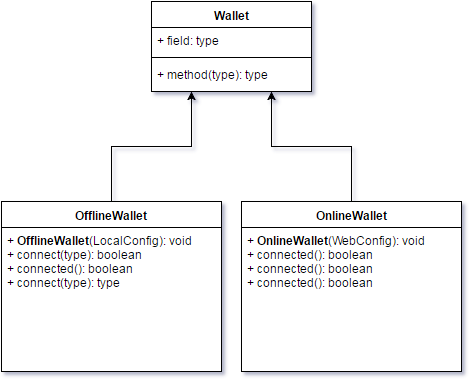
adrypunctro/vabudget keeps this draw.io diagram as vabudget-uml-scheme.png. Above is the earlier version. Source tidied: cells renumbered, new cells last; positions are measured from the earlier drawing's top-left corner, leaving out a move shared by most shapes.
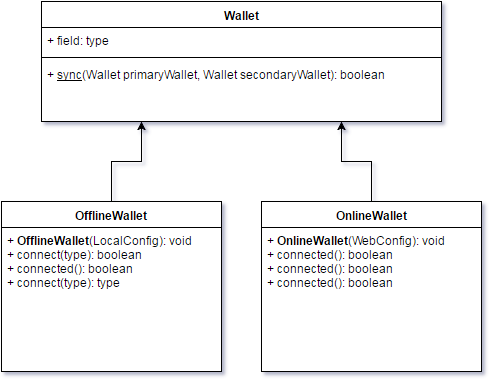
The same diagram one commit later.

Change to the diagram source:
```diff
@@ -3,49 +3,49 @@
     <mxCell id="0" />
     <mxCell id="1" parent="0" />
     <mxCell id="2" value="Wallet" style="swimlane;html=1;fontStyle=1;align=center;verticalAlign=top;horizontal=1;startSize=26;swimlaneFillColor=#ffffff;" parent="1" vertex="1">
-      <mxGeometry x="150" width="160" height="90" as="geometry" />
+      <mxGeometry x="150" width="400" height="120" as="geometry" />
     </mxCell>
     <mxCell id="3" value="+ field: type" style="text;html=1;strokeColor=none;fillColor=none;align=left;verticalAlign=top;spacingLeft=4;spacingRight=4;whiteSpace=wrap;overflow=hidden;" parent="2" vertex="1">
-      <mxGeometry y="26" width="160" height="26" as="geometry" />
+      <mxGeometry y="26" width="400" height="26" as="geometry" />
     </mxCell>
     <mxCell id="4" style="line;html=1;strokeWidth=1;fillColor=none;align=left;verticalAlign=middle;spacingTop=-1;spacingLeft=3;spacingRight=3;labelPosition=right;" parent="2" vertex="1">
-      <mxGeometry y="52" width="160" height="8" as="geometry" />
+      <mxGeometry y="52" width="400" height="8" as="geometry" />
     </mxCell>
-    <mxCell id="5" value="+ method(type): type" style="text;html=1;strokeColor=none;fillColor=none;align=left;verticalAlign=top;spacingLeft=4;spacingRight=4;whiteSpace=wrap;overflow=hidden;" parent="2" vertex="1">
-      <mxGeometry y="60" width="160" height="26" as="geometry" />
+    <mxCell id="5" value="+ &lt;u&gt;sync&lt;/u&gt;(Wallet primaryWallet, Wallet secondaryWallet): boolean" style="text;html=1;strokeColor=none;fillColor=none;align=left;verticalAlign=top;spacingLeft=4;spacingRight=4;whiteSpace=wrap;overflow=hidden;" parent="2" vertex="1">
+      <mxGeometry y="60" width="400" height="60" as="geometry" />
     </mxCell>
     <mxCell id="6" value="+ field: type" style="text;html=1;strokeColor=none;fillColor=none;align=left;verticalAlign=top;spacingLeft=4;spacingRight=4;whiteSpace=wrap;overflow=hidden;" parent="1" vertex="1">
-      <mxGeometry x="150" y="26" width="160" height="26" as="geometry" />
+      <mxGeometry x="150" y="26" width="400" height="26" as="geometry" />
     </mxCell>
     <mxCell id="7" style="line;html=1;strokeWidth=1;fillColor=none;align=left;verticalAlign=middle;spacingTop=-1;spacingLeft=3;spacingRight=3;labelPosition=right;" parent="1" vertex="1">
-      <mxGeometry x="150" y="52" width="160" height="8" as="geometry" />
+      <mxGeometry x="150" y="52" width="400" height="8" as="geometry" />
     </mxCell>
-    <mxCell id="8" value="+ method(type): type" style="text;html=1;strokeColor=none;fillColor=none;align=left;verticalAlign=top;spacingLeft=4;spacingRight=4;whiteSpace=wrap;overflow=hidden;" parent="1" vertex="1">
-      <mxGeometry x="150" y="60" width="160" height="26" as="geometry" />
+    <mxCell id="8" value="+ &lt;u&gt;sync&lt;/u&gt;(Wallet primaryWallet, Wallet secondaryWallet): boolean" style="text;html=1;strokeColor=none;fillColor=none;align=left;verticalAlign=top;spacingLeft=4;spacingRight=4;whiteSpace=wrap;overflow=hidden;" parent="1" vertex="1">
+      <mxGeometry x="150" y="60" width="400" height="60" as="geometry" />
     </mxCell>
-    <mxCell id="9" style="edgeStyle=orthogonalEdgeStyle;rounded=0;html=1;exitX=0.5;exitY=0;entryX=0.25;entryY=1;jettySize=auto;" parent="1" edge="1" source="10" target="2">
-      <mxGeometry x="110" y="90" as="geometry" />
+    <mxCell id="9" value="OfflineWallet" style="swimlane;html=1;fontStyle=1;align=center;verticalAlign=top;horizontal=1;startSize=26;swimlaneFillColor=#ffffff;" parent="1" vertex="1">
+      <mxGeometry x="110" y="200" width="220" height="170" as="geometry" />
     </mxCell>
-    <mxCell id="10" value="OfflineWallet" style="swimlane;html=1;fontStyle=1;align=center;verticalAlign=top;horizontal=1;startSize=26;swimlaneFillColor=#ffffff;" parent="1" vertex="1">
-      <mxGeometry y="200" width="220" height="170" as="geometry" />
+    <mxCell id="10" value="+ &lt;b&gt;OfflineWallet&lt;/b&gt;(LocalConfig): void&lt;div&gt;+ connect(type): boolean&lt;br&gt;&lt;/div&gt;&lt;div&gt;+ connected(): boolean&lt;br&gt;&lt;/div&gt;&lt;div&gt;+ connect(type): type&lt;br&gt;&lt;/div&gt;&lt;div&gt;&lt;br&gt;&lt;/div&gt;" style="text;html=1;strokeColor=none;fillColor=none;align=left;verticalAlign=top;spacingLeft=4;spacingRight=4;whiteSpace=wrap;overflow=hidden;points=[[0,0.5],[1,0.5]];portConstraint=eastwest;" parent="9" vertex="1">
+      <mxGeometry y="26" width="220" height="110" as="geometry" />
     </mxCell>
-    <mxCell id="11" value="+ &lt;b&gt;OfflineWallet&lt;/b&gt;(LocalConfig): void&lt;div&gt;+ connect(type): boolean&lt;br&gt;&lt;/div&gt;&lt;div&gt;+ connected(): boolean&lt;br&gt;&lt;/div&gt;&lt;div&gt;+ connect(type): type&lt;br&gt;&lt;/div&gt;&lt;div&gt;&lt;br&gt;&lt;/div&gt;" style="text;html=1;strokeColor=none;fillColor=none;align=left;verticalAlign=top;spacingLeft=4;spacingRight=4;whiteSpace=wrap;overflow=hidden;" parent="10" vertex="1">
-      <mxGeometry y="26" width="220" height="110" as="geometry" />
+    <mxCell id="11" value="+ &lt;b&gt;OfflineWallet&lt;/b&gt;(LocalConfig): void&lt;div&gt;+ connect(type): boolean&lt;br&gt;&lt;/div&gt;&lt;div&gt;+ connected(): boolean&lt;br&gt;&lt;/div&gt;&lt;div&gt;+ connect(type): type&lt;br&gt;&lt;/div&gt;&lt;div&gt;&lt;br&gt;&lt;/div&gt;" style="text;html=1;strokeColor=none;fillColor=none;align=left;verticalAlign=top;spacingLeft=4;spacingRight=4;whiteSpace=wrap;overflow=hidden;" parent="1" vertex="1">
+      <mxGeometry x="110" y="226" width="220" height="110" as="geometry" />
     </mxCell>
-    <mxCell id="12" value="+ &lt;b&gt;OfflineWallet&lt;/b&gt;(LocalConfig): void&lt;div&gt;+ connect(type): boolean&lt;br&gt;&lt;/div&gt;&lt;div&gt;+ connected(): boolean&lt;br&gt;&lt;/div&gt;&lt;div&gt;+ connect(type): type&lt;br&gt;&lt;/div&gt;&lt;div&gt;&lt;br&gt;&lt;/div&gt;" style="text;html=1;strokeColor=none;fillColor=none;align=left;verticalAlign=top;spacingLeft=4;spacingRight=4;whiteSpace=wrap;overflow=hidden;points=[[0,0.5],[1,0.5]];portConstraint=eastwest;" parent="1" vertex="1">
-      <mxGeometry y="226" width="220" height="110" as="geometry" />
+    <mxCell id="12" value="OnlineWallet" style="swimlane;html=1;fontStyle=1;align=center;verticalAlign=top;horizontal=1;startSize=26;swimlaneFillColor=#ffffff;" parent="1" vertex="1">
+      <mxGeometry x="370" y="200" width="220" height="170" as="geometry" />
     </mxCell>
-    <mxCell id="13" style="edgeStyle=orthogonalEdgeStyle;rounded=0;html=1;exitX=0.5;exitY=0;entryX=0.75;entryY=1;jettySize=auto;" parent="1" edge="1" source="14" target="2">
-      <mxGeometry x="270" y="90" as="geometry" />
+    <mxCell id="13" value="+ &lt;b&gt;OnlineWallet&lt;/b&gt;(WebConfig): void&lt;div&gt;+ connected(): boolean&lt;br&gt;&lt;/div&gt;&lt;div&gt;+ connected(): boolean&lt;br&gt;&lt;/div&gt;&lt;div&gt;+ connected(): boolean&lt;br&gt;&lt;/div&gt;" style="text;html=1;strokeColor=none;fillColor=none;align=left;verticalAlign=top;spacingLeft=4;spacingRight=4;whiteSpace=wrap;overflow=hidden;" parent="12" vertex="1">
+      <mxGeometry y="26" width="220" height="110" as="geometry" />
     </mxCell>
-    <mxCell id="14" value="OnlineWallet" style="swimlane;html=1;fontStyle=1;align=center;verticalAlign=top;horizontal=1;startSize=26;swimlaneFillColor=#ffffff;" parent="1" vertex="1">
-      <mxGeometry x="240" y="200" width="220" height="170" as="geometry" />
+    <mxCell id="14" value="+ &lt;b&gt;OnlineWallet&lt;/b&gt;(WebConfig): void&lt;div&gt;+ connected(): boolean&lt;br&gt;&lt;/div&gt;&lt;div&gt;+ connected(): boolean&lt;br&gt;&lt;/div&gt;&lt;div&gt;+ connected(): boolean&lt;br&gt;&lt;/div&gt;" style="text;html=1;strokeColor=none;fillColor=none;align=left;verticalAlign=top;spacingLeft=4;spacingRight=4;whiteSpace=wrap;overflow=hidden;points=[[0,0.5],[1,0.5]];portConstraint=eastwest;" parent="1" vertex="1">
+      <mxGeometry x="370" y="226" width="220" height="110" as="geometry" />
     </mxCell>
-    <mxCell id="15" value="+ &lt;b&gt;OnlineWallet&lt;/b&gt;(WebConfig): void&lt;div&gt;+ connected(): boolean&lt;br&gt;&lt;/div&gt;&lt;div&gt;+ connected(): boolean&lt;br&gt;&lt;/div&gt;&lt;div&gt;+ connected(): boolean&lt;br&gt;&lt;/div&gt;" style="text;html=1;strokeColor=none;fillColor=none;align=left;verticalAlign=top;spacingLeft=4;spacingRight=4;whiteSpace=wrap;overflow=hidden;" parent="14" vertex="1">
-      <mxGeometry y="26" width="220" height="110" as="geometry" />
+    <mxCell id="15" style="edgeStyle=orthogonalEdgeStyle;rounded=0;html=1;exitX=0.5;exitY=0;entryX=0.25;entryY=1;jettySize=auto;" parent="1" edge="1" source="9" target="2">
+      <mxGeometry x="110" y="120" as="geometry" />
     </mxCell>
-    <mxCell id="16" value="+ &lt;b&gt;OnlineWallet&lt;/b&gt;(WebConfig): void&lt;div&gt;+ connected(): boolean&lt;br&gt;&lt;/div&gt;&lt;div&gt;+ connected(): boolean&lt;br&gt;&lt;/div&gt;&lt;div&gt;+ connected(): boolean&lt;br&gt;&lt;/div&gt;" style="text;html=1;strokeColor=none;fillColor=none;align=left;verticalAlign=top;spacingLeft=4;spacingRight=4;whiteSpace=wrap;overflow=hidden;" parent="1" vertex="1">
-      <mxGeometry x="240" y="226" width="220" height="110" as="geometry" />
+    <mxCell id="16" style="edgeStyle=orthogonalEdgeStyle;rounded=0;html=1;exitX=0.5;exitY=0;entryX=0.75;entryY=1;jettySize=auto;" parent="1" edge="1" source="12" target="2">
+      <mxGeometry x="340" y="120" as="geometry" />
     </mxCell>
   </root>
 </mxGraphModel>
```
